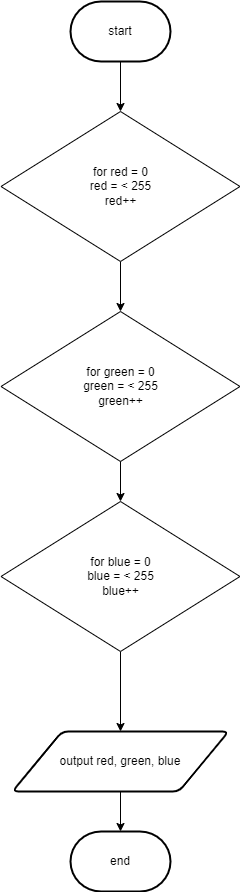
Above: flow.png in devin-jhu/ICS3U-Unit4-06-Python (draw.io), before the change. Source tidied: cells renumbered, new cells last; positions are measured from the earlier drawing's top-left corner, leaving out a move shared by most shapes.
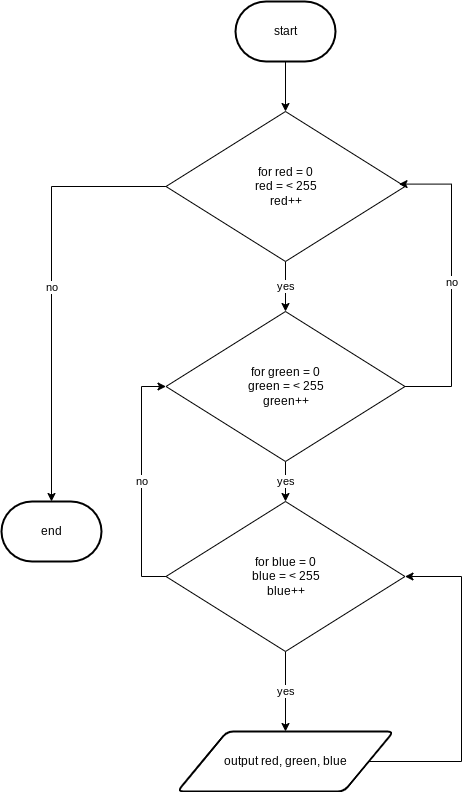
The same diagram one commit later.

What changed in the source:
```diff
@@ -8,30 +8,54 @@
     <mxCell id="3" value="start" style="strokeWidth=2;html=1;shape=mxgraph.flowchart.terminator;whiteSpace=wrap;" parent="1" vertex="1">
       <mxGeometry x="70" width="100" height="60" as="geometry" />
     </mxCell>
-    <mxCell id="4" style="edgeStyle=orthogonalEdgeStyle;shape=connector;rounded=0;html=1;exitX=0.5;exitY=1;exitDx=0;exitDy=0;entryX=0.5;entryY=0;entryDx=0;entryDy=0;entryPerimeter=0;labelBackgroundColor=default;fontFamily=Helvetica;fontSize=11;fontColor=default;endArrow=classic;strokeColor=default;" parent="1" edge="1" source="5" target="6">
-      <mxGeometry relative="1" as="geometry" />
-    </mxCell>
+    <mxCell id="13" style="edgeStyle=orthogonalEdgeStyle;shape=connector;rounded=0;html=1;exitX=1;exitY=0.5;exitDx=0;exitDy=0;entryX=1;entryY=0.5;entryDx=0;entryDy=0;labelBackgroundColor=default;fontFamily=Helvetica;fontSize=11;fontColor=default;endArrow=classic;strokeColor=default;" parent="1" edge="1" source="5" target="12">
+      <mxGeometry relative="1" as="geometry">
+        <Array as="points">
+          <mxPoint x="296" y="760" />
+          <mxPoint x="296" y="575" />
+        </Array>
+      </mxGeometry>
+    </mxCell>
     <mxCell id="5" value="output red, green, blue" style="shape=parallelogram;html=1;strokeWidth=2;perimeter=parallelogramPerimeter;whiteSpace=wrap;rounded=1;arcSize=12;size=0.23;" parent="1" vertex="1">
       <mxGeometry x="12" y="730" width="216" height="60" as="geometry" />
     </mxCell>
     <mxCell id="6" value="end" style="strokeWidth=2;html=1;shape=mxgraph.flowchart.terminator;whiteSpace=wrap;" parent="1" vertex="1">
-      <mxGeometry x="70" y="830" width="100" height="60" as="geometry" />
+      <mxGeometry x="-164" y="500" width="100" height="60" as="geometry" />
     </mxCell>
-    <mxCell id="7" style="edgeStyle=orthogonalEdgeStyle;shape=connector;rounded=0;html=1;exitX=0.5;exitY=1;exitDx=0;exitDy=0;entryX=0.5;entryY=0;entryDx=0;entryDy=0;labelBackgroundColor=default;fontFamily=Helvetica;fontSize=11;fontColor=default;endArrow=classic;strokeColor=default;" parent="1" edge="1" source="8" target="10">
+    <mxCell id="7" value="yes" style="edgeStyle=orthogonalEdgeStyle;shape=connector;rounded=0;html=1;exitX=0.5;exitY=1;exitDx=0;exitDy=0;entryX=0.5;entryY=0;entryDx=0;entryDy=0;labelBackgroundColor=default;fontFamily=Helvetica;fontSize=11;fontColor=default;endArrow=classic;strokeColor=default;" parent="1" edge="1" source="8" target="10">
       <mxGeometry relative="1" as="geometry" />
     </mxCell>
+    <mxCell id="14" value="no" style="edgeStyle=orthogonalEdgeStyle;shape=connector;rounded=0;html=1;exitX=0;exitY=0.5;exitDx=0;exitDy=0;entryX=0.5;entryY=0;entryDx=0;entryDy=0;entryPerimeter=0;labelBackgroundColor=default;fontFamily=Helvetica;fontSize=11;fontColor=default;endArrow=classic;strokeColor=default;" parent="1" edge="1" source="8" target="6">
+      <mxGeometry relative="1" as="geometry" />
+    </mxCell>
     <mxCell id="8" value="for red = 0&lt;br&gt;red = &amp;lt; 255&lt;br&gt;red++" style="rhombus;whiteSpace=wrap;html=1;" parent="1" vertex="1">
       <mxGeometry x="0.5" y="110" width="239" height="150" as="geometry" />
     </mxCell>
-    <mxCell id="9" style="edgeStyle=orthogonalEdgeStyle;shape=connector;rounded=0;html=1;exitX=0.5;exitY=1;exitDx=0;exitDy=0;entryX=0.5;entryY=0;entryDx=0;entryDy=0;labelBackgroundColor=default;fontFamily=Helvetica;fontSize=11;fontColor=default;endArrow=classic;strokeColor=default;" parent="1" edge="1" source="10" target="12">
+    <mxCell id="9" value="yes" style="edgeStyle=orthogonalEdgeStyle;shape=connector;rounded=0;html=1;exitX=0.5;exitY=1;exitDx=0;exitDy=0;entryX=0.5;entryY=0;entryDx=0;entryDy=0;labelBackgroundColor=default;fontFamily=Helvetica;fontSize=11;fontColor=default;endArrow=classic;strokeColor=default;" parent="1" edge="1" source="10" target="12">
       <mxGeometry relative="1" as="geometry" />
     </mxCell>
+    <mxCell id="15" value="no" style="edgeStyle=orthogonalEdgeStyle;shape=connector;rounded=0;html=1;exitX=1;exitY=0.5;exitDx=0;exitDy=0;entryX=0.975;entryY=0.484;entryDx=0;entryDy=0;entryPerimeter=0;labelBackgroundColor=default;fontFamily=Helvetica;fontSize=11;fontColor=default;endArrow=classic;strokeColor=default;" parent="1" edge="1" source="10" target="8">
+      <mxGeometry relative="1" as="geometry">
+        <Array as="points">
+          <mxPoint x="286" y="385" />
+          <mxPoint x="286" y="183" />
+        </Array>
+      </mxGeometry>
+    </mxCell>
     <mxCell id="10" value="for green = 0&lt;br&gt;green = &amp;lt; 255&lt;br&gt;green++" style="rhombus;whiteSpace=wrap;html=1;" parent="1" vertex="1">
       <mxGeometry x="0.5" y="310" width="239" height="150" as="geometry" />
     </mxCell>
-    <mxCell id="11" style="edgeStyle=orthogonalEdgeStyle;shape=connector;rounded=0;html=1;exitX=0.5;exitY=1;exitDx=0;exitDy=0;entryX=0.5;entryY=0;entryDx=0;entryDy=0;labelBackgroundColor=default;fontFamily=Helvetica;fontSize=11;fontColor=default;endArrow=classic;strokeColor=default;" parent="1" edge="1" source="12" target="5">
+    <mxCell id="11" value="yes" style="edgeStyle=orthogonalEdgeStyle;shape=connector;rounded=0;html=1;exitX=0.5;exitY=1;exitDx=0;exitDy=0;entryX=0.5;entryY=0;entryDx=0;entryDy=0;labelBackgroundColor=default;fontFamily=Helvetica;fontSize=11;fontColor=default;endArrow=classic;strokeColor=default;" parent="1" edge="1" source="12" target="5">
       <mxGeometry relative="1" as="geometry" />
     </mxCell>
+    <mxCell id="16" value="no" style="edgeStyle=orthogonalEdgeStyle;shape=connector;rounded=0;html=1;exitX=0;exitY=0.5;exitDx=0;exitDy=0;entryX=0;entryY=0.5;entryDx=0;entryDy=0;labelBackgroundColor=default;fontFamily=Helvetica;fontSize=11;fontColor=default;endArrow=classic;strokeColor=default;" parent="1" edge="1" source="12" target="10">
+      <mxGeometry relative="1" as="geometry">
+        <Array as="points">
+          <mxPoint x="-24" y="575" />
+          <mxPoint x="-24" y="385" />
+        </Array>
+      </mxGeometry>
+    </mxCell>
     <mxCell id="12" value="for blue = 0&lt;br&gt;blue = &amp;lt; 255&lt;br&gt;blue++" style="rhombus;whiteSpace=wrap;html=1;" parent="1" vertex="1">
       <mxGeometry x="0.5" y="500" width="239" height="150" as="geometry" />
     </mxCell>
```
